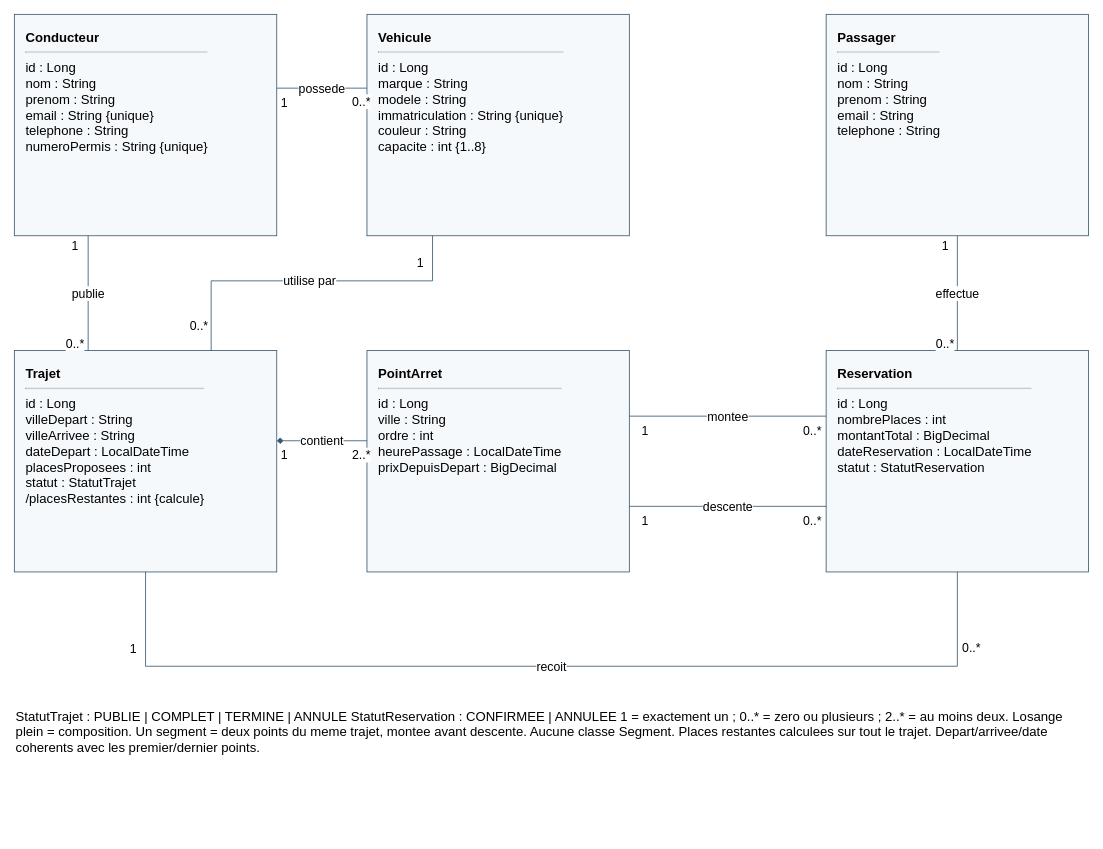
Earlier version of the draw.io diagram docs/conception/diagramme-classes.drawio (yassinesekkah/Plateforme-de-covoiturage-multi--tapes). Source tidied: cells renumbered, new cells numbered last; positions are measured from the earlier drawing's top-left corner, leaving out a move shared by most shapes. Both pictures are drawn from the tidied source at 82%, with x=0, y=0 at pixel (14, 14).
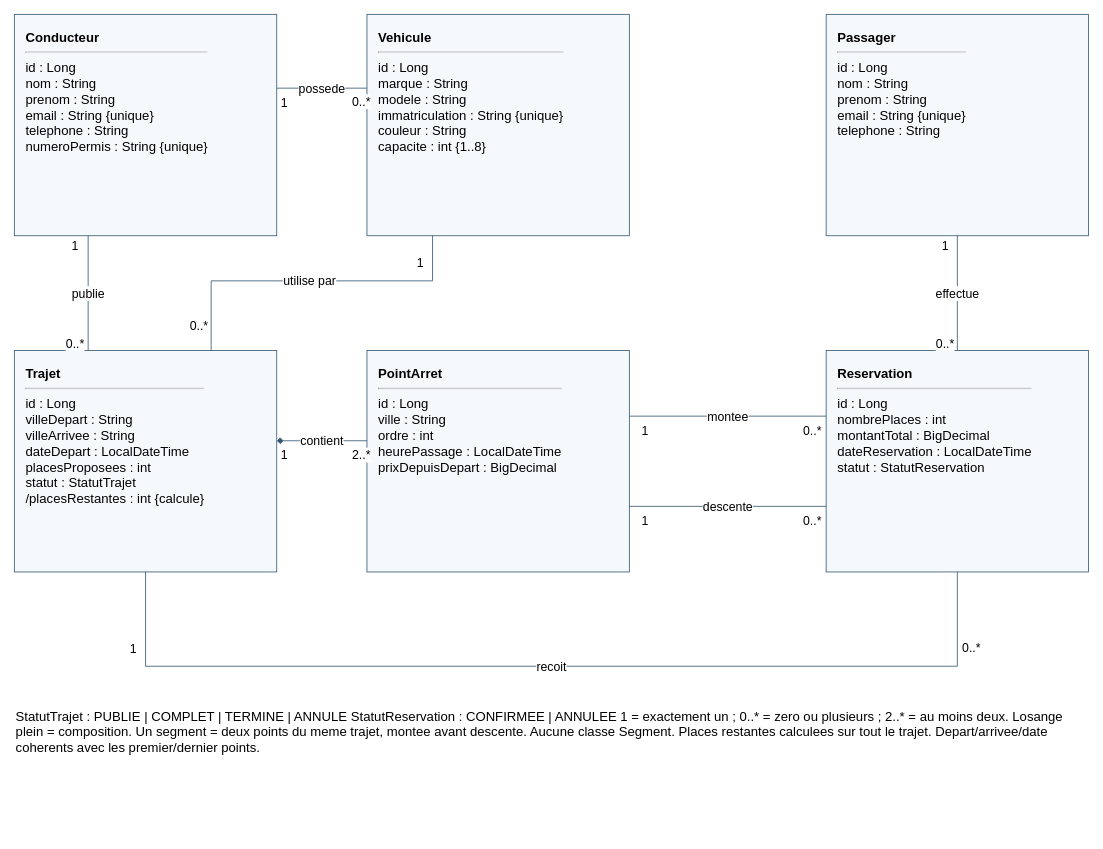
The same page after the edit.

Commit message (it also covers changes not shown here):
docs(COV-10): aligner le diagramme sur l email passager unique

Change to the diagram source:
```diff
@@
-    <mxCell id="4" value="&lt;b&gt;Passager&lt;/b&gt;&lt;hr&gt;id : Long&lt;br&gt;nom : String&lt;br&gt;prenom : String&lt;br&gt;email : String&lt;br&gt;telephone : String" style="rounded=0;whiteSpace=wrap;html=1;align=left;verticalAlign=top;spacing=14;fontSize=16;fillColor=#f6f9fc;strokeColor=#355873;" parent="1" vertex="1">
+    <mxCell id="4" value="&lt;b&gt;Passager&lt;/b&gt;&lt;hr&gt;id : Long&lt;br&gt;nom : String&lt;br&gt;prenom : String&lt;br&gt;email : String {unique}&lt;br&gt;telephone : String" style="rounded=0;whiteSpace=wrap;html=1;align=left;verticalAlign=top;spacing=14;fontSize=16;fillColor=#f6f9fc;strokeColor=#355873;" parent="1" vertex="1">
       <mxGeometry x="990" width="320" height="270" as="geometry" />
     </mxCell>
```
